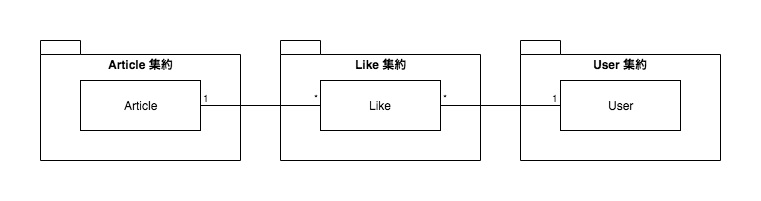
The draw.io diagram doc/model.png in os1ma/spring-minimum-cqrs-sample, before a commit. Source tidied: cells renumbered, new cells last; positions are measured from the earlier drawing's top-left corner, leaving out a move shared by most shapes.
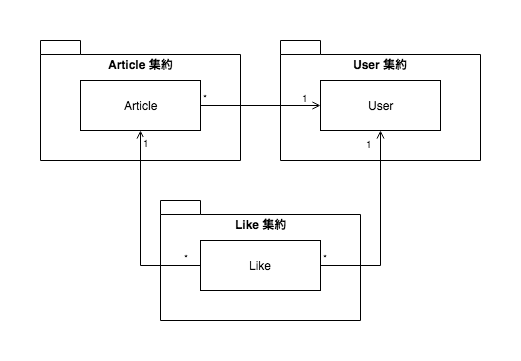
The same file after the commit.

Commit message:
Update artitecture and model diagram

Change to the diagram source:
```diff
@@ -3,43 +3,60 @@
     <mxCell id="0" />
     <mxCell id="1" parent="0" />
     <mxCell id="2" style="rounded=0;whiteSpace=wrap;html=1;fillColor=none;strokeColor=none;" parent="1" vertex="1">
-      <mxGeometry width="760" height="200" as="geometry" />
+      <mxGeometry width="520" height="360" as="geometry" />
     </mxCell>
     <mxCell id="3" value="Like 集約" style="shape=folder;fontStyle=1;spacingTop=10;tabWidth=40;tabHeight=14;tabPosition=left;html=1;fillColor=none;verticalAlign=top;" parent="1" vertex="1">
-      <mxGeometry x="280" y="40" width="200" height="120" as="geometry" />
+      <mxGeometry x="160" y="200" width="200" height="120" as="geometry" />
     </mxCell>
     <mxCell id="4" value="Article 集約" style="shape=folder;fontStyle=1;spacingTop=10;tabWidth=40;tabHeight=14;tabPosition=left;html=1;fillColor=none;verticalAlign=top;" parent="1" vertex="1">
       <mxGeometry x="40" y="40" width="200" height="120" as="geometry" />
     </mxCell>
     <mxCell id="5" value="User 集約" style="shape=folder;fontStyle=1;spacingTop=10;tabWidth=40;tabHeight=14;tabPosition=left;html=1;fillColor=none;verticalAlign=top;" parent="1" vertex="1">
-      <mxGeometry x="520" y="40" width="200" height="120" as="geometry" />
+      <mxGeometry x="280" y="40" width="200" height="120" as="geometry" />
     </mxCell>
     <mxCell id="6" value="User" style="html=1;fillColor=#ffffff;" parent="1" vertex="1">
-      <mxGeometry x="560" y="80" width="120" height="50" as="geometry" />
+      <mxGeometry x="320" y="80" width="120" height="50" as="geometry" />
     </mxCell>
     <mxCell id="7" value="Article" style="html=1;fillColor=#ffffff;" parent="1" vertex="1">
       <mxGeometry x="80" y="80" width="120" height="50" as="geometry" />
     </mxCell>
     <mxCell id="8" value="Like" style="html=1;fillColor=#ffffff;" parent="1" vertex="1">
-      <mxGeometry x="320" y="80" width="120" height="50" as="geometry" />
+      <mxGeometry x="200" y="240" width="120" height="50" as="geometry" />
     </mxCell>
-    <mxCell id="9" style="endArrow=none;html=1;edgeStyle=orthogonalEdgeStyle;" parent="1" edge="1" source="7" target="8">
+    <mxCell id="9" style="endArrow=none;html=1;edgeStyle=orthogonalEdgeStyle;entryX=0;entryY=0.5;entryDx=0;entryDy=0;rounded=0;exitX=0.5;exitY=1;exitDx=0;exitDy=0;endFill=0;startArrow=open;startFill=0;" parent="1" edge="1" source="7" target="8">
       <mxGeometry relative="1" as="geometry" />
     </mxCell>
     <mxCell id="10" value="1" style="html=1;align=left;verticalAlign=bottom;labelBackgroundColor=#ffffff;fontSize=10;" parent="9" vertex="1">
-      <mxGeometry x="-1" relative="1" as="geometry" />
+      <mxGeometry x="-1" relative="1" as="geometry">
+        <mxPoint y="20" as="offset" />
+      </mxGeometry>
     </mxCell>
     <mxCell id="11" value="*" style="html=1;align=right;verticalAlign=bottom;labelBackgroundColor=#ffffff;fontSize=10;" parent="9" vertex="1">
-      <mxGeometry x="1" relative="1" as="geometry" />
+      <mxGeometry x="1" relative="1" as="geometry">
+        <mxPoint x="-10" as="offset" />
+      </mxGeometry>
     </mxCell>
-    <mxCell id="12" style="endArrow=none;html=1;edgeStyle=orthogonalEdgeStyle;" parent="1" edge="1" source="8" target="6">
+    <mxCell id="12" style="endArrow=open;html=1;edgeStyle=orthogonalEdgeStyle;endFill=0;exitX=1;exitY=0.5;exitDx=0;exitDy=0;rounded=0;" parent="1" edge="1" source="8" target="6">
       <mxGeometry relative="1" as="geometry" />
     </mxCell>
     <mxCell id="13" value="*" style="html=1;align=left;verticalAlign=bottom;labelBackgroundColor=#ffffff;fontSize=10;" parent="12" vertex="1">
       <mxGeometry x="-1" relative="1" as="geometry" />
     </mxCell>
     <mxCell id="14" value="1" style="html=1;align=right;verticalAlign=bottom;labelBackgroundColor=#ffffff;fontSize=10;" parent="12" vertex="1">
-      <mxGeometry x="1" relative="1" as="geometry" />
+      <mxGeometry x="1" relative="1" as="geometry">
+        <mxPoint x="-6.5" y="20.5" as="offset" />
+      </mxGeometry>
     </mxCell>
+    <mxCell id="15" style="endArrow=open;html=1;edgeStyle=orthogonalEdgeStyle;entryX=0;entryY=0.5;entryDx=0;entryDy=0;rounded=0;endFill=0;" parent="1" edge="1" source="7" target="6">
+      <mxGeometry relative="1" as="geometry" />
+    </mxCell>
+    <mxCell id="16" value="*" style="html=1;align=left;verticalAlign=bottom;labelBackgroundColor=#ffffff;fontSize=10;" parent="15" vertex="1">
+      <mxGeometry x="-1" relative="1" as="geometry" />
+    </mxCell>
+    <mxCell id="17" value="1" style="html=1;align=right;verticalAlign=bottom;labelBackgroundColor=#ffffff;fontSize=10;" parent="15" vertex="1">
+      <mxGeometry x="1" relative="1" as="geometry">
+        <mxPoint x="-10" as="offset" />
+      </mxGeometry>
+    </mxCell>
   </root>
 </mxGraphModel>
```
